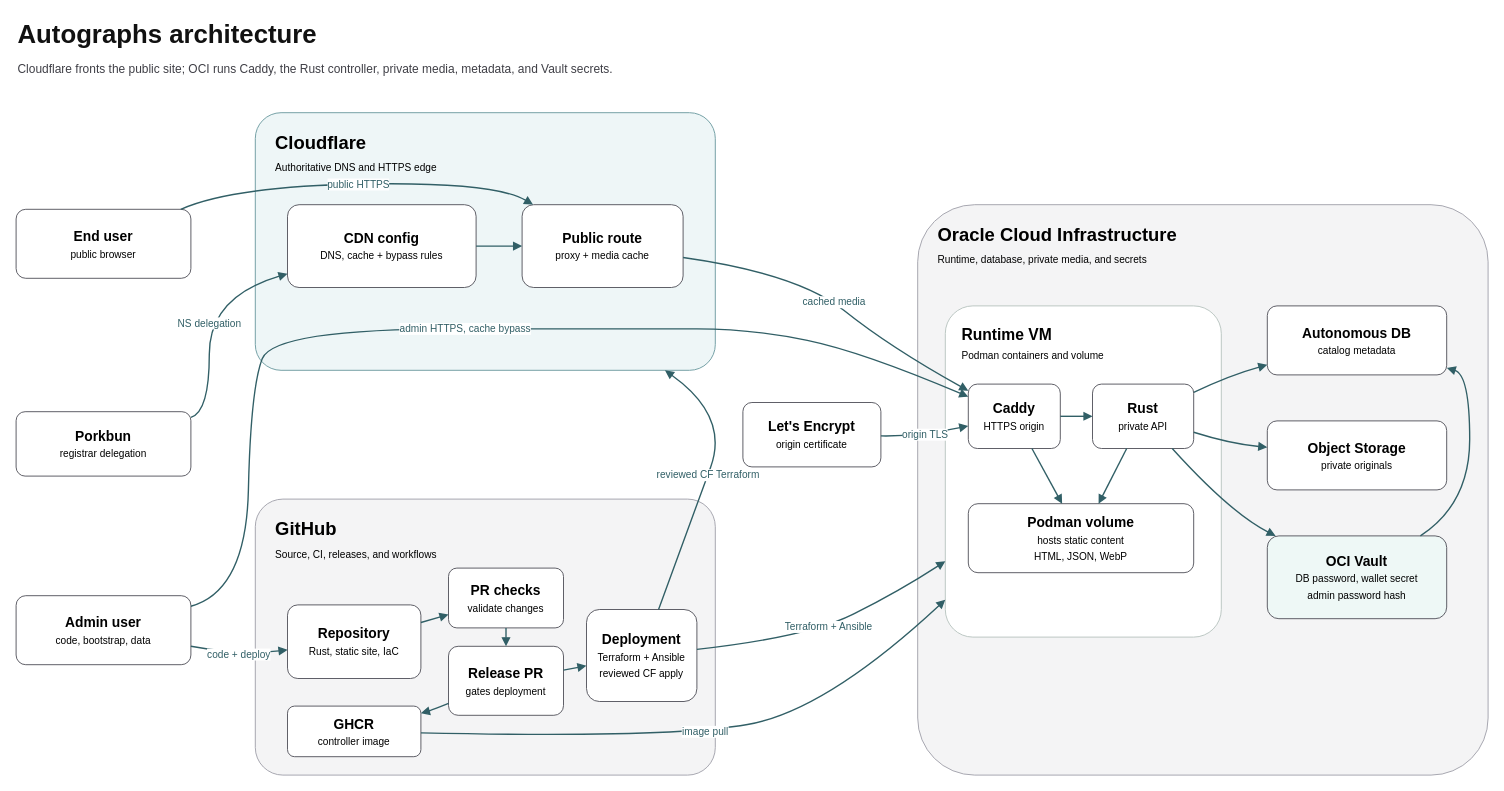
This is docs/architecture.drawio from jetsaredim/autographs, a draw.io file, before an edit. Source tidied: cells renumbered, new cells numbered last; positions are measured from the earlier drawing's top-left corner, leaving out a move shared by most shapes. Both pictures are drawn from the tidied source at 92%, with x=0, y=0 at pixel (16, 16).
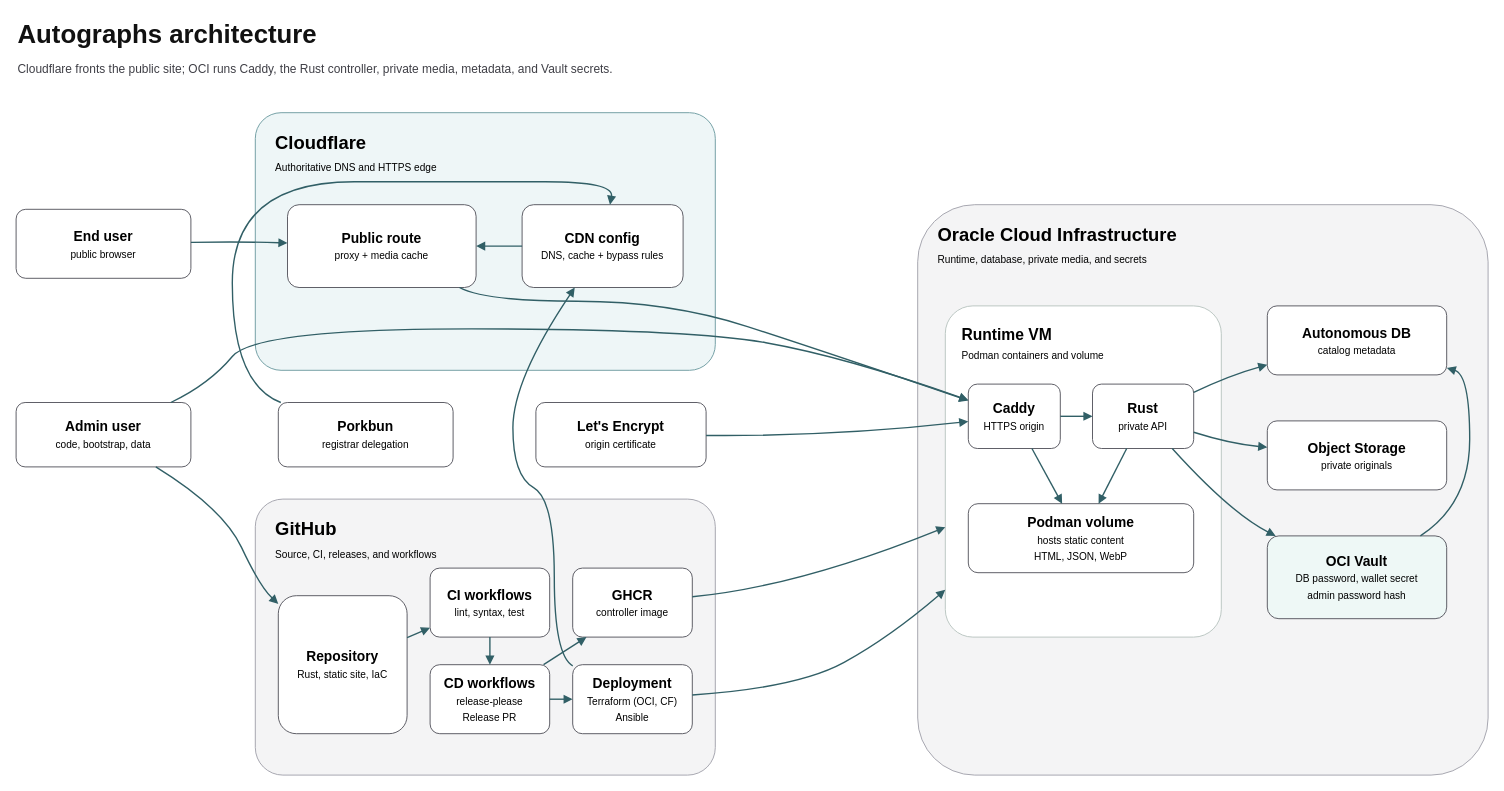
The same diagram, later.

Commit message (it also covers changes not shown here):
docs: refine architecture actors and deployment workflow layout

Unchanged cells that the change refers to:
```xml
<mxCell id="4" value="&lt;b&gt;Cloudflare&lt;/b&gt;&lt;br&gt;&lt;font style=&quot;font-size: 11px; font-weight: 400;&quot;&gt;Authoritative DNS and HTTPS edge&lt;/font&gt;" style="rounded=1;whiteSpace=wrap;html=1;fillColor=#eef6f7;strokeColor=#6b9aa0;arcSize=10;align=left;verticalAlign=top;spacingLeft=20;spacingTop=14;fontSize=20;fontStyle=1;" parent="1" vertex="1">
  <mxGeometry x="260" y="105" width="500" height="280" as="geometry" />
</mxCell>
<mxCell id="7" value="&lt;b&gt;Runtime VM&lt;/b&gt;&lt;br&gt;&lt;font style=&quot;font-size: 11px; font-weight: 400;&quot;&gt;Podman containers and volume&lt;/font&gt;" style="rounded=1;whiteSpace=wrap;html=1;fillColor=#ffffff;strokeColor=#b8c3bf;arcSize=10;align=left;verticalAlign=top;spacingLeft=16;spacingTop=16;fontSize=17;fontStyle=1;" parent="1" vertex="1">
  <mxGeometry x="1010" y="315" width="300" height="360" as="geometry" />
</mxCell>
<mxCell id="15" value="&lt;b&gt;Caddy&lt;/b&gt;&lt;br&gt;&lt;font style=&quot;font-size: 11px; font-weight: 400;&quot;&gt;HTTPS origin&lt;/font&gt;" style="rounded=1;whiteSpace=wrap;html=1;fillColor=#ffffff;strokeColor=#52525b;arcSize=14;align=center;verticalAlign=middle;fontSize=15;" parent="1" vertex="1">
  <mxGeometry x="1035" y="400" width="100" height="70" as="geometry" />
</mxCell>
<mxCell id="21" value="&lt;b&gt;End user&lt;/b&gt;&lt;br&gt;&lt;font style=&quot;font-size: 11px; font-weight: 400;&quot;&gt;public browser&lt;/font&gt;" style="rounded=1;whiteSpace=wrap;html=1;fillColor=#ffffff;strokeColor=#52525b;arcSize=14;align=center;verticalAlign=middle;fontSize=15;" parent="1" vertex="1">
  <mxGeometry y="210" width="190" height="75" as="geometry" />
</mxCell>
```

The edit, as a diff of the source:
```diff
@@
+    <mxCell id="9" value="&lt;b&gt;Public route&lt;/b&gt;&lt;br&gt;&lt;font style=&quot;font-size: 11px; font-weight: 400;&quot;&gt;proxy + media cache&lt;/font&gt;" style="rounded=1;whiteSpace=wrap;html=1;fillColor=#ffffff;strokeColor=#52525b;arcSize=14;align=center;verticalAlign=middle;fontSize=15;" parent="1" vertex="1">
+      <mxGeometry x="295" y="205" width="205" height="90" as="geometry" />
+    </mxCell>
     <mxCell id="8" value="&lt;b&gt;CDN config&lt;/b&gt;&lt;br&gt;&lt;font style=&quot;font-size: 11px; font-weight: 400;&quot;&gt;DNS, cache + bypass rules&lt;/font&gt;" style="rounded=1;whiteSpace=wrap;html=1;fillColor=#ffffff;strokeColor=#52525b;arcSize=14;align=center;verticalAlign=middle;fontSize=15;" parent="1" vertex="1">
-      <mxGeometry x="295" y="205" width="205" height="90" as="geometry" />
+      <mxGeometry x="550" y="205" width="175" height="90" as="geometry" />
     </mxCell>
-    <mxCell id="9" value="&lt;b&gt;Public route&lt;/b&gt;&lt;br&gt;&lt;font style=&quot;font-size: 11px; font-weight: 400;&quot;&gt;proxy + media cache&lt;/font&gt;" style="rounded=1;whiteSpace=wrap;html=1;fillColor=#ffffff;strokeColor=#52525b;arcSize=14;align=center;verticalAlign=middle;fontSize=15;" parent="1" vertex="1">
-      <mxGeometry x="550" y="205" width="175" height="90" as="geometry" />
-    </mxCell>
     <mxCell id="10" value="&lt;b&gt;Repository&lt;/b&gt;&lt;br&gt;&lt;font style=&quot;font-size: 11px; font-weight: 400;&quot;&gt;Rust, static site, IaC&lt;/font&gt;" style="rounded=1;whiteSpace=wrap;html=1;fillColor=#ffffff;strokeColor=#52525b;arcSize=14;align=center;verticalAlign=middle;fontSize=15;" parent="1" vertex="1">
-      <mxGeometry x="295" y="640" width="145" height="80" as="geometry" />
+      <mxGeometry x="285" y="630" width="140" height="150" as="geometry" />
     </mxCell>
-    <mxCell id="11" value="&lt;b&gt;PR checks&lt;/b&gt;&lt;br&gt;&lt;font style=&quot;font-size: 11px; font-weight: 400;&quot;&gt;validate changes&lt;/font&gt;" style="rounded=1;whiteSpace=wrap;html=1;fillColor=#ffffff;strokeColor=#52525b;arcSize=14;align=center;verticalAlign=middle;fontSize=15;" parent="1" vertex="1">
-      <mxGeometry x="470" y="600" width="125" height="65" as="geometry" />
+    <mxCell id="11" value="&lt;b&gt;CI workflows&lt;/b&gt;&lt;br&gt;&lt;font style=&quot;font-size: 11px; font-weight: 400;&quot;&gt;lint, syntax, test&lt;/font&gt;" style="rounded=1;whiteSpace=wrap;html=1;fillColor=#ffffff;strokeColor=#52525b;arcSize=14;align=center;verticalAlign=middle;fontSize=15;" parent="1" vertex="1">
+      <mxGeometry x="450" y="600" width="130" height="75" as="geometry" />
     </mxCell>
-    <mxCell id="12" value="&lt;b&gt;Release PR&lt;/b&gt;&lt;br&gt;&lt;font style=&quot;font-size: 11px; font-weight: 400;&quot;&gt;gates deployment&lt;/font&gt;" style="rounded=1;whiteSpace=wrap;html=1;fillColor=#ffffff;strokeColor=#52525b;arcSize=14;align=center;verticalAlign=middle;fontSize=15;" parent="1" vertex="1">
-      <mxGeometry x="470" y="685" width="125" height="75" as="geometry" />
+    <mxCell id="12" value="&lt;b&gt;CD workflows&lt;/b&gt;&lt;br&gt;&lt;font style=&quot;font-size: 11px; font-weight: 400;&quot;&gt;release-please&lt;br&gt;Release PR&lt;/font&gt;" style="rounded=1;whiteSpace=wrap;html=1;fillColor=#ffffff;strokeColor=#52525b;arcSize=14;align=center;verticalAlign=middle;fontSize=15;" parent="1" vertex="1">
+      <mxGeometry x="450" y="705" width="130" height="75" as="geometry" />
     </mxCell>
     <mxCell id="13" value="&lt;b&gt;GHCR&lt;/b&gt;&lt;br&gt;&lt;font style=&quot;font-size: 11px; font-weight: 400;&quot;&gt;controller image&lt;/font&gt;" style="rounded=1;whiteSpace=wrap;html=1;fillColor=#ffffff;strokeColor=#52525b;arcSize=14;align=center;verticalAlign=middle;fontSize=15;" parent="1" vertex="1">
-      <mxGeometry x="295" y="750" width="145" height="55" as="geometry" />
+      <mxGeometry x="605" y="600" width="130" height="75" as="geometry" />
     </mxCell>
-    <mxCell id="14" value="&lt;b&gt;Deployment&lt;/b&gt;&lt;br&gt;&lt;font style=&quot;font-size: 11px; font-weight: 400;&quot;&gt;Terraform + Ansible&lt;br&gt;reviewed CF apply&lt;/font&gt;" style="rounded=1;whiteSpace=wrap;html=1;fillColor=#ffffff;strokeColor=#52525b;arcSize=14;align=center;verticalAlign=middle;fontSize=15;" parent="1" vertex="1">
-      <mxGeometry x="620" y="645" width="120" height="100" as="geometry" />
+    <mxCell id="14" value="&lt;b&gt;Deployment&lt;/b&gt;&lt;br&gt;&lt;font style=&quot;font-size: 11px; font-weight: 400;&quot;&gt;Terraform (OCI, CF)&lt;br&gt;Ansible&lt;/font&gt;" style="rounded=1;whiteSpace=wrap;html=1;fillColor=#ffffff;strokeColor=#52525b;arcSize=14;align=center;verticalAlign=middle;fontSize=15;" parent="1" vertex="1">
+      <mxGeometry x="605" y="705" width="130" height="75" as="geometry" />
     </mxCell>
@@
     <mxCell id="22" value="&lt;b&gt;Porkbun&lt;/b&gt;&lt;br&gt;&lt;font style=&quot;font-size: 11px; font-weight: 400;&quot;&gt;registrar delegation&lt;/font&gt;" style="rounded=1;whiteSpace=wrap;html=1;fillColor=#ffffff;strokeColor=#52525b;arcSize=14;align=center;verticalAlign=middle;fontSize=15;" parent="1" vertex="1">
-      <mxGeometry y="430" width="190" height="70" as="geometry" />
+      <mxGeometry x="285" y="420" width="190" height="70" as="geometry" />
     </mxCell>
     <mxCell id="23" value="&lt;b&gt;Admin user&lt;/b&gt;&lt;br&gt;&lt;font style=&quot;font-size: 11px; font-weight: 400;&quot;&gt;code, bootstrap, data&lt;/font&gt;" style="rounded=1;whiteSpace=wrap;html=1;fillColor=#ffffff;strokeColor=#52525b;arcSize=14;align=center;verticalAlign=middle;fontSize=15;" parent="1" vertex="1">
-      <mxGeometry y="630" width="190" height="75" as="geometry" />
+      <mxGeometry y="420" width="190" height="70" as="geometry" />
     </mxCell>
     <mxCell id="24" value="&lt;b&gt;Let&amp;#x27;s Encrypt&lt;/b&gt;&lt;br&gt;&lt;font style=&quot;font-size: 11px; font-weight: 400;&quot;&gt;origin certificate&lt;/font&gt;" style="rounded=1;whiteSpace=wrap;html=1;fillColor=#ffffff;strokeColor=#52525b;arcSize=14;align=center;verticalAlign=middle;fontSize=15;" parent="1" vertex="1">
-      <mxGeometry x="790" y="420" width="150" height="70" as="geometry" />
+      <mxGeometry x="565" y="420" width="185" height="70" as="geometry" />
     </mxCell>
-    <mxCell id="25" value="public HTTPS" style="endArrow=block;html=1;rounded=1;curved=1;strokeColor=#315f66;strokeWidth=1.5;fontSize=11;fontColor=#315f66;labelBackgroundColor=#ffffff;" parent="1" edge="1" source="21" target="9">
+    <mxCell id="25" style="endArrow=block;html=1;rounded=1;curved=1;strokeColor=#315f66;strokeWidth=1.5;fontSize=11;fontColor=#315f66;labelBackgroundColor=#ffffff;" parent="1" edge="1" source="21" target="9">
       <mxGeometry relative="1" as="geometry">
         <Array as="points">
-          <mxPoint x="235" y="185" />
-          <mxPoint x="520" y="180" />
+          <mxPoint x="245" y="245" />
         </Array>
       </mxGeometry>
     </mxCell>
-    <mxCell id="26" value="NS delegation" style="endArrow=block;html=1;rounded=1;curved=1;strokeColor=#315f66;strokeWidth=1.5;fontSize=11;fontColor=#315f66;labelBackgroundColor=#ffffff;" parent="1" edge="1" source="22" target="8">
+    <mxCell id="26" style="endArrow=block;html=1;rounded=1;curved=1;strokeColor=#315f66;strokeWidth=1.5;fontSize=11;fontColor=#315f66;labelBackgroundColor=#ffffff;" parent="1" edge="1" source="22" target="8">
       <mxGeometry relative="1" as="geometry">
         <Array as="points">
-          <mxPoint x="210" y="430" />
-          <mxPoint x="210" y="305" />
+          <mxPoint x="235" y="400" />
+          <mxPoint x="235" y="180" />
+          <mxPoint x="500" y="180" />
+          <mxPoint x="650" y="180" />
         </Array>
       </mxGeometry>
     </mxCell>
@@
-    <mxCell id="28" value="cached media" style="endArrow=block;html=1;rounded=1;curved=1;strokeColor=#315f66;strokeWidth=1.5;fontSize=11;fontColor=#315f66;labelBackgroundColor=#ffffff;" parent="1" edge="1" source="9" target="15">
+    <mxCell id="28" style="endArrow=block;html=1;rounded=1;curved=1;strokeColor=#315f66;strokeWidth=1.5;fontSize=11;fontColor=#315f66;labelBackgroundColor=#ffffff;" parent="1" edge="1" source="9" target="15">
       <mxGeometry relative="1" as="geometry">
         <Array as="points">
-          <mxPoint x="850" y="280" />
-          <mxPoint x="950" y="360" />
+          <mxPoint x="510" y="310" />
+          <mxPoint x="710" y="310" />
+          <mxPoint x="880" y="365" />
         </Array>
       </mxGeometry>
     </mxCell>
-    <mxCell id="29" value="admin HTTPS, cache bypass" style="endArrow=block;html=1;rounded=1;curved=1;strokeColor=#315f66;strokeWidth=1.5;fontSize=11;fontColor=#315f66;labelBackgroundColor=#ffffff;" parent="1" edge="1" source="23" target="15">
+    <mxCell id="29" style="endArrow=block;html=1;rounded=1;curved=1;strokeColor=#315f66;strokeWidth=1.5;fontSize=11;fontColor=#315f66;labelBackgroundColor=#ffffff;" parent="1" edge="1" source="23" target="15">
       <mxGeometry relative="1" as="geometry">
         <Array as="points">
-          <mxPoint x="250" y="625" />
-          <mxPoint x="255" y="405" />
-          <mxPoint x="280" y="340" />
-          <mxPoint x="680" y="340" />
-          <mxPoint x="800" y="340" />
-          <mxPoint x="920" y="365" />
+          <mxPoint x="210" y="400" />
+          <mxPoint x="260" y="340" />
+          <mxPoint x="730" y="340" />
+          <mxPoint x="900" y="370" />
         </Array>
       </mxGeometry>
     </mxCell>
-    <mxCell id="30" value="code + deploy" style="endArrow=block;html=1;rounded=1;curved=1;strokeColor=#315f66;strokeWidth=1.5;fontSize=11;fontColor=#315f66;labelBackgroundColor=#ffffff;" parent="1" edge="1" source="23" target="10">
+    <mxCell id="30" style="endArrow=block;html=1;rounded=1;curved=1;strokeColor=#315f66;strokeWidth=1.5;fontSize=11;fontColor=#315f66;labelBackgroundColor=#ffffff;" parent="1" edge="1" source="23" target="10">
       <mxGeometry relative="1" as="geometry">
         <Array as="points">
-          <mxPoint x="245" y="695" />
+          <mxPoint x="225" y="535" />
+          <mxPoint x="265" y="620" />
         </Array>
       </mxGeometry>
     </mxCell>
@@
     <mxCell id="33" style="endArrow=block;html=1;rounded=1;curved=1;strokeColor=#315f66;strokeWidth=1.5;fontSize=11;fontColor=#315f66;labelBackgroundColor=#ffffff;" parent="1" edge="1" source="12" target="13">
       <mxGeometry relative="1" as="geometry">
         <Array as="points">
-          <mxPoint x="450" y="755" />
+          <mxPoint x="620" y="675" />
         </Array>
       </mxGeometry>
     </mxCell>
@@
-    <mxCell id="35" value="Terraform + Ansible" style="endArrow=block;html=1;rounded=1;curved=1;strokeColor=#315f66;strokeWidth=1.5;fontSize=11;fontColor=#315f66;labelBackgroundColor=#ffffff;" parent="1" edge="1" source="14" target="7">
+    <mxCell id="35" style="endArrow=block;html=1;rounded=1;curved=1;strokeColor=#315f66;strokeWidth=1.5;fontSize=11;fontColor=#315f66;labelBackgroundColor=#ffffff;" parent="1" edge="1" source="14" target="7">
       <mxGeometry relative="1" as="geometry">
         <Array as="points">
-          <mxPoint x="860" y="675" />
-          <mxPoint x="960" y="625" />
+          <mxPoint x="850" y="730" />
+          <mxPoint x="950" y="675" />
         </Array>
       </mxGeometry>
     </mxCell>
-    <mxCell id="36" value="reviewed CF Terraform" style="endArrow=block;html=1;rounded=1;curved=1;strokeColor=#315f66;strokeWidth=1.5;fontSize=11;fontColor=#315f66;labelBackgroundColor=#ffffff;" parent="1" edge="1" source="14" target="4">
+    <mxCell id="36" style="endArrow=block;html=1;rounded=1;curved=1;strokeColor=#315f66;strokeWidth=1.5;fontSize=11;fontColor=#315f66;labelBackgroundColor=#ffffff;" parent="1" edge="1" source="14" target="8">
       <mxGeometry relative="1" as="geometry">
         <Array as="points">
-          <mxPoint x="735" y="545" />
-          <mxPoint x="775" y="435" />
+          <mxPoint x="585" y="695" />
+          <mxPoint x="585" y="525" />
+          <mxPoint x="540" y="500" />
+          <mxPoint x="540" y="395" />
         </Array>
       </mxGeometry>
     </mxCell>
-    <mxCell id="37" value="image pull" style="endArrow=block;html=1;rounded=1;curved=1;strokeColor=#315f66;strokeWidth=1.5;fontSize=11;fontColor=#315f66;labelBackgroundColor=#ffffff;" parent="1" edge="1" source="13" target="7">
+    <mxCell id="37" style="endArrow=block;html=1;rounded=1;curved=1;strokeColor=#315f66;strokeWidth=1.5;fontSize=11;fontColor=#315f66;labelBackgroundColor=#ffffff;" parent="1" edge="1" source="13" target="7">
       <mxGeometry relative="1" as="geometry">
         <Array as="points">
-          <mxPoint x="710" y="785" />
-          <mxPoint x="880" y="755" />
+          <mxPoint x="850" y="620" />
         </Array>
       </mxGeometry>
     </mxCell>
-    <mxCell id="38" value="origin TLS" style="endArrow=block;html=1;rounded=1;curved=1;strokeColor=#315f66;strokeWidth=1.5;fontSize=11;fontColor=#315f66;labelBackgroundColor=#ffffff;" parent="1" edge="1" source="24" target="15">
+    <mxCell id="38" style="endArrow=block;html=1;rounded=1;curved=1;strokeColor=#315f66;strokeWidth=1.5;fontSize=11;fontColor=#315f66;labelBackgroundColor=#ffffff;" parent="1" edge="1" source="24" target="15">
       <mxGeometry relative="1" as="geometry">
         <Array as="points">
-          <mxPoint x="980" y="457" />
+          <mxPoint x="890" y="457" />
         </Array>
       </mxGeometry>
     </mxCell>
```
